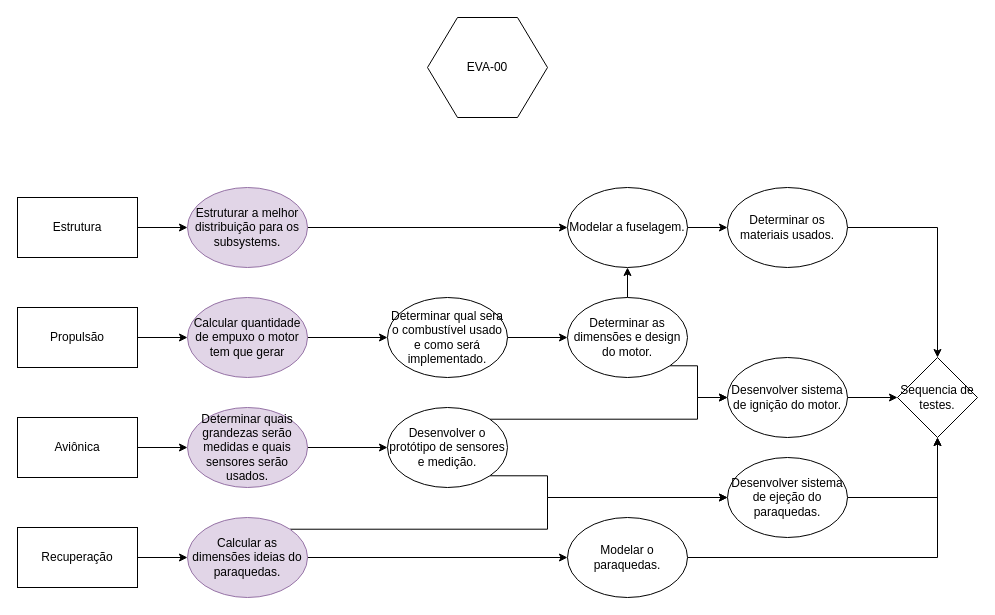
Above: eva-00.drawio in freedxmgxd/Evangelion-Unidade-00 (draw.io), before the change. Source tidied: cells renumbered, new cells numbered last; positions are measured from the earlier drawing's top-left corner, leaving out a move shared by most shapes. Both pictures are drawn from the tidied source at 100%, with x=0, y=0 at pixel (17, 17).
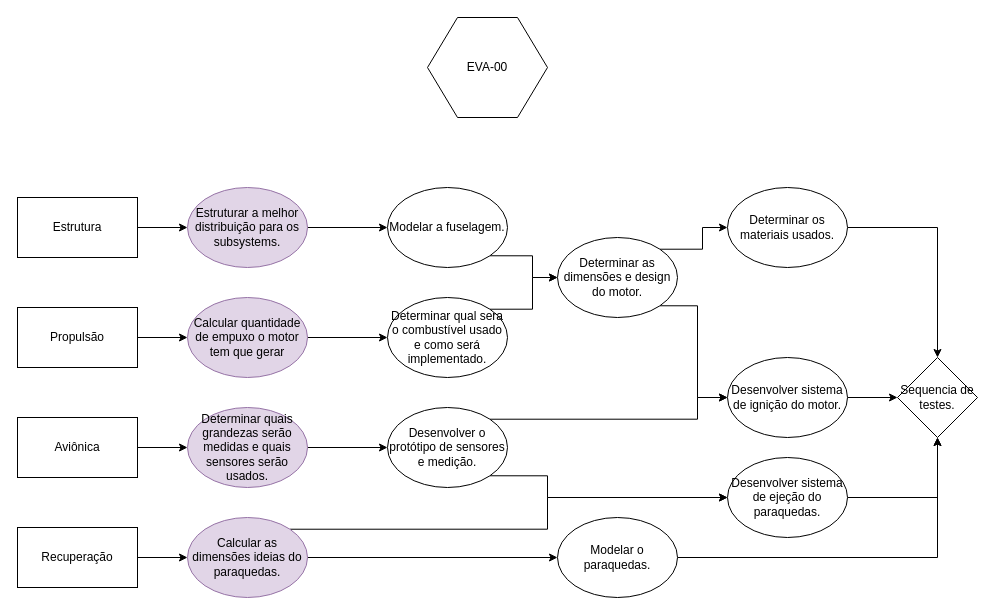
The same diagram, later.

The change refers to these unchanged cells:
```xml
<mxCell id="21" value="Determinar qual sera o combustível usado e como será implementado." style="ellipse;whiteSpace=wrap;html=1;" parent="1" vertex="1">
  <mxGeometry x="370" y="280" width="120" height="80" as="geometry" />
</mxCell>
<mxCell id="30" value="Desenvolver sistema de ignição do motor." style="ellipse;whiteSpace=wrap;html=1;" parent="1" vertex="1">
  <mxGeometry x="710" y="340" width="120" height="80" as="geometry" />
</mxCell>
<mxCell id="35" value="Determinar os materiais usados." style="ellipse;whiteSpace=wrap;html=1;" parent="1" vertex="1">
  <mxGeometry x="710" y="170" width="120" height="80" as="geometry" />
</mxCell>
```

What changed in the source:
```diff
@@
-    <mxCell id="20" style="edgeStyle=orthogonalEdgeStyle;rounded=0;jettySize=auto;html=1;exitX=1;exitY=0.5;exitDx=0;exitDy=0;entryX=0;entryY=0.5;entryDx=0;entryDy=0;" parent="1" edge="1" source="21" target="24">
+    <mxCell id="20" style="edgeStyle=orthogonalEdgeStyle;rounded=0;jettySize=auto;html=1;exitX=1;exitY=0;exitDx=0;exitDy=0;" parent="1" edge="1" source="21" target="24">
       <mxGeometry relative="1" as="geometry" />
     </mxCell>
@@
-    <mxCell id="22" style="edgeStyle=orthogonalEdgeStyle;rounded=0;jettySize=auto;html=1;exitX=0.5;exitY=0;exitDx=0;exitDy=0;entryX=0.5;entryY=1;entryDx=0;entryDy=0;" parent="1" edge="1" source="24" target="28">
-      <mxGeometry relative="1" as="geometry" />
-    </mxCell>
     <mxCell id="23" style="edgeStyle=orthogonalEdgeStyle;rounded=0;jettySize=auto;html=1;exitX=1;exitY=1;exitDx=0;exitDy=0;" parent="1" edge="1" source="24" target="30">
       <mxGeometry relative="1" as="geometry">
         <Array as="points">
-          <mxPoint x="680" y="348" />
+          <mxPoint x="680" y="288" />
           <mxPoint x="680" y="380" />
         </Array>
       </mxGeometry>
     </mxCell>
+    <mxCell id="39" style="edgeStyle=orthogonalEdgeStyle;rounded=0;jettySize=auto;html=1;exitX=1;exitY=0;exitDx=0;exitDy=0;" parent="1" edge="1" source="24" target="35">
+      <mxGeometry relative="1" as="geometry" />
+    </mxCell>
     <mxCell id="24" value="Determinar as dimensões e design do motor." style="ellipse;whiteSpace=wrap;html=1;" parent="1" vertex="1">
-      <mxGeometry x="550" y="280" width="120" height="80" as="geometry" />
+      <mxGeometry x="540" y="220" width="120" height="80" as="geometry" />
     </mxCell>
@@
-    <mxCell id="27" style="edgeStyle=orthogonalEdgeStyle;rounded=0;jettySize=auto;html=1;exitX=1;exitY=0.5;exitDx=0;exitDy=0;entryX=0;entryY=0.5;entryDx=0;entryDy=0;" parent="1" edge="1" source="28" target="35">
-      <mxGeometry relative="1" as="geometry" />
-    </mxCell>
+    <mxCell id="40" style="edgeStyle=orthogonalEdgeStyle;rounded=0;jettySize=auto;html=1;exitX=1;exitY=1;exitDx=0;exitDy=0;" parent="1" edge="1" source="28" target="24">
+      <mxGeometry relative="1" as="geometry" />
+    </mxCell>
     <mxCell id="28" value="Modelar a fuselagem." style="ellipse;whiteSpace=wrap;html=1;" parent="1" vertex="1">
-      <mxGeometry x="550" y="170" width="120" height="80" as="geometry" />
+      <mxGeometry x="370" y="170" width="120" height="80" as="geometry" />
     </mxCell>
@@
     <mxCell id="33" value="Modelar o paraquedas." style="ellipse;whiteSpace=wrap;html=1;" parent="1" vertex="1">
-      <mxGeometry x="550" y="500" width="120" height="80" as="geometry" />
+      <mxGeometry x="540" y="500" width="120" height="80" as="geometry" />
     </mxCell>
```
